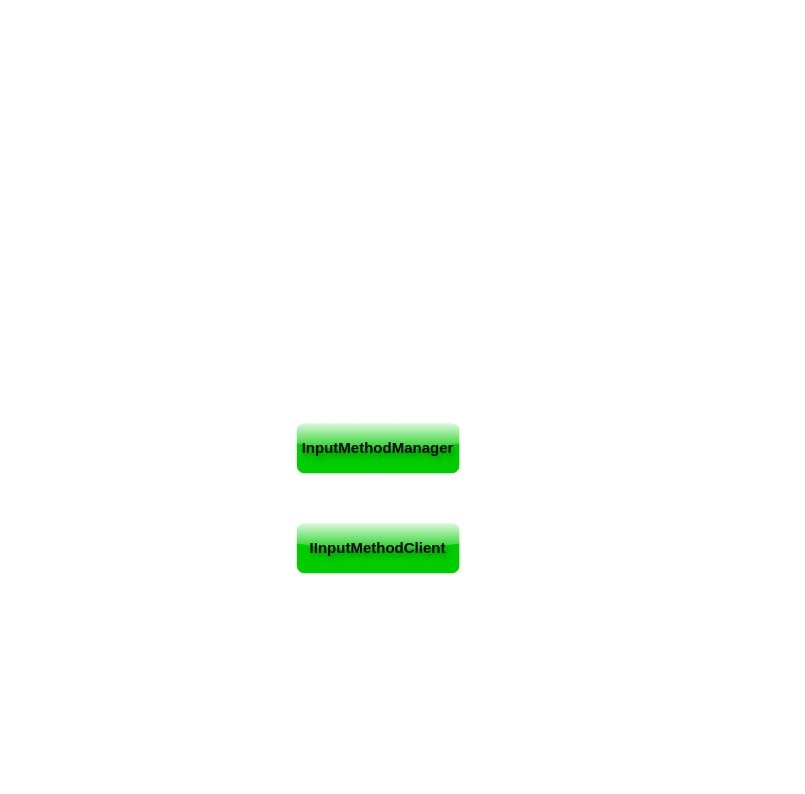
Before: page "第 1 页" (1 of 2) of assets/drawio/sw-architecture-all-in-one.drawio in Ethen-Cao/ethenslab, a draw.io diagram. Source tidied: cells renumbered, new cells numbered last; positions are measured from the earlier drawing's top-left corner, leaving out a move shared by most shapes. Both pictures are drawn from the tidied source at 125%, with x=0, y=0 at pixel (296, 422).
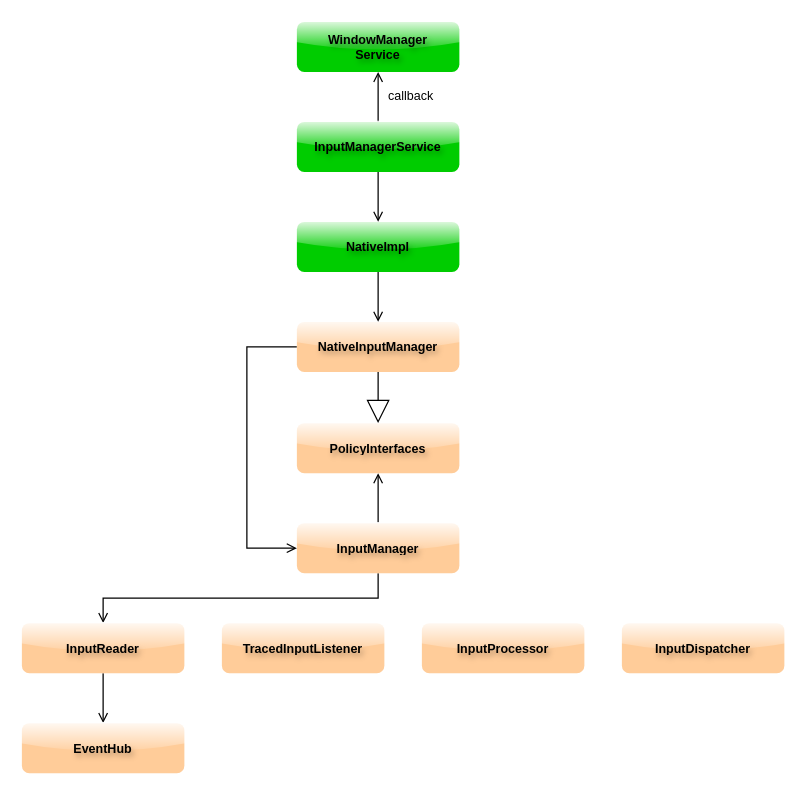
After the change.

Diff of the diagram source:
```diff
@@
+    <mxCell id="4" style="edgeStyle=orthogonalEdgeStyle;rounded=0;jettySize=auto;html=1;entryX=0.5;entryY=0;entryDx=0;entryDy=0;strokeColor=default;align=center;verticalAlign=middle;fontFamily=Helvetica;fontSize=10;fontColor=default;labelBackgroundColor=default;endArrow=open;endFill=0;" parent="1" edge="1" source="2" target="9">
+      <mxGeometry relative="1" as="geometry">
+        <Array as="points">
+          <mxPoint x="65" y="140" />
+          <mxPoint x="-155" y="140" />
+        </Array>
+      </mxGeometry>
+    </mxCell>
+    <mxCell id="5" style="edgeStyle=orthogonalEdgeStyle;shape=connector;rounded=0;jettySize=auto;html=1;entryX=0.5;entryY=1;entryDx=0;entryDy=0;strokeColor=default;align=center;verticalAlign=middle;fontFamily=Helvetica;fontSize=11;fontColor=default;labelBackgroundColor=default;endArrow=open;endFill=0;" parent="1" edge="1" source="2" target="17">
+      <mxGeometry relative="1" as="geometry" />
+    </mxCell>
-    <mxCell id="2" value="IInputMethodClient" style="rounded=1;whiteSpace=wrap;fillColor=#00CC00;fontColor=default;strokeColor=none;fontStyle=1;textShadow=1;gradientColor=none;glass=1;shadow=0;" parent="1" vertex="1">
+    <mxCell id="2" value="InputManager" style="rounded=1;whiteSpace=wrap;fillColor=#FFCC99;fontColor=default;strokeColor=none;fontStyle=1;textShadow=1;gradientColor=none;glass=1;shadow=0;fontSize=10;" parent="1" vertex="1">
       <mxGeometry y="80" width="130" height="40" as="geometry" />
     </mxCell>
-    <mxCell id="3" value="InputMethodManager" style="rounded=1;whiteSpace=wrap;fillColor=#00CC00;fontColor=default;strokeColor=none;fontStyle=1;textShadow=1;gradientColor=none;glass=1;shadow=0;" parent="1" vertex="1">
-      <mxGeometry width="130" height="40" as="geometry" />
-    </mxCell>
+    <mxCell id="6" style="edgeStyle=orthogonalEdgeStyle;shape=connector;rounded=0;jettySize=auto;html=1;strokeColor=default;align=center;verticalAlign=middle;fontFamily=Helvetica;fontSize=11;fontColor=default;labelBackgroundColor=default;endArrow=open;endFill=0;" parent="1" edge="1" source="7" target="2">
+      <mxGeometry relative="1" as="geometry">
+        <Array as="points">
+          <mxPoint x="-40" y="-61" />
+          <mxPoint x="-40" y="100" />
+        </Array>
+      </mxGeometry>
+    </mxCell>
+    <mxCell id="7" value="NativeInputManager" style="rounded=1;whiteSpace=wrap;fillColor=#FFCC99;fontColor=default;strokeColor=none;fontStyle=1;textShadow=1;gradientColor=none;glass=1;shadow=0;fontSize=10;" parent="1" vertex="1">
+      <mxGeometry y="-81" width="130" height="40" as="geometry" />
+    </mxCell>
+    <mxCell id="8" style="edgeStyle=orthogonalEdgeStyle;shape=connector;rounded=0;jettySize=auto;html=1;entryX=0.5;entryY=0;entryDx=0;entryDy=0;strokeColor=default;align=center;verticalAlign=middle;fontFamily=Helvetica;fontSize=11;fontColor=default;labelBackgroundColor=default;endArrow=open;endFill=0;" parent="1" edge="1" source="9" target="19">
+      <mxGeometry relative="1" as="geometry" />
+    </mxCell>
+    <mxCell id="9" value="InputReader" style="rounded=1;whiteSpace=wrap;fillColor=#FFCC99;fontColor=default;strokeColor=none;fontStyle=1;textShadow=1;gradientColor=none;glass=1;shadow=0;fontSize=10;" parent="1" vertex="1">
+      <mxGeometry x="-220" y="160" width="130" height="40" as="geometry" />
+    </mxCell>
+    <mxCell id="10" style="edgeStyle=orthogonalEdgeStyle;rounded=0;jettySize=auto;html=1;entryX=0.5;entryY=0;entryDx=0;entryDy=0;endArrow=open;endFill=0;fontSize=10;" parent="1" edge="1" source="11" target="7">
+      <mxGeometry relative="1" as="geometry" />
+    </mxCell>
+    <mxCell id="11" value="NativeImpl" style="rounded=1;whiteSpace=wrap;fillColor=#00CC00;fontColor=default;strokeColor=none;fontStyle=1;textShadow=1;gradientColor=none;glass=1;shadow=0;fontSize=10;" parent="1" vertex="1">
+      <mxGeometry y="-161" width="130" height="40" as="geometry" />
+    </mxCell>
+    <mxCell id="12" style="edgeStyle=orthogonalEdgeStyle;shape=connector;rounded=0;jettySize=auto;html=1;entryX=0.5;entryY=1;entryDx=0;entryDy=0;strokeColor=default;align=center;verticalAlign=middle;fontFamily=Helvetica;fontSize=10;fontColor=default;labelBackgroundColor=default;endArrow=open;endFill=0;" parent="1" edge="1" source="15" target="16">
+      <mxGeometry relative="1" as="geometry" />
+    </mxCell>
+    <mxCell id="13" value="callback" style="edgeLabel;html=1;align=center;verticalAlign=middle;fontFamily=Helvetica;fontSize=10;fontColor=default;labelBackgroundColor=none;" parent="12" vertex="1">
+      <mxGeometry x="0.11" relative="1" as="geometry">
+        <mxPoint x="25" as="offset" />
+      </mxGeometry>
+    </mxCell>
+    <mxCell id="14" style="edgeStyle=orthogonalEdgeStyle;shape=connector;rounded=0;jettySize=auto;html=1;strokeColor=default;align=center;verticalAlign=middle;fontFamily=Helvetica;fontSize=10;fontColor=default;labelBackgroundColor=default;endArrow=open;endFill=0;" parent="1" edge="1" source="15" target="11">
+      <mxGeometry relative="1" as="geometry" />
+    </mxCell>
+    <mxCell id="15" value="InputManagerService" style="rounded=1;whiteSpace=wrap;fillColor=#00CC00;fontColor=default;strokeColor=none;fontStyle=1;textShadow=1;gradientColor=none;glass=1;shadow=0;fontSize=10;" parent="1" vertex="1">
+      <mxGeometry y="-241" width="130" height="40" as="geometry" />
+    </mxCell>
+    <mxCell id="16" value="WindowManager&#10;Service" style="rounded=1;whiteSpace=wrap;fillColor=#00CC00;fontColor=default;strokeColor=none;fontStyle=1;textShadow=1;gradientColor=none;glass=1;shadow=0;fontSize=10;" parent="1" vertex="1">
+      <mxGeometry y="-321" width="130" height="40" as="geometry" />
+    </mxCell>
+    <mxCell id="17" value="PolicyInterfaces" style="rounded=1;whiteSpace=wrap;fillColor=#FFCC99;fontColor=default;strokeColor=none;fontStyle=1;textShadow=1;gradientColor=none;glass=1;shadow=0;fontSize=10;" parent="1" vertex="1">
+      <mxGeometry width="130" height="40" as="geometry" />
+    </mxCell>
+    <mxCell id="18" style="endArrow=block;endSize=16;endFill=0;html=1;rounded=0;strokeColor=default;align=center;verticalAlign=middle;fontFamily=Helvetica;fontSize=11;fontColor=default;labelBackgroundColor=default;edgeStyle=orthogonalEdgeStyle;exitX=0.5;exitY=1;exitDx=0;exitDy=0;" parent="1" edge="1" source="7" target="17">
+      <mxGeometry relative="1" as="geometry" />
+    </mxCell>
+    <mxCell id="19" value="EventHub" style="rounded=1;whiteSpace=wrap;fillColor=#FFCC99;fontColor=default;strokeColor=none;fontStyle=1;textShadow=1;gradientColor=none;glass=1;shadow=0;fontSize=10;" parent="1" vertex="1">
+      <mxGeometry x="-220" y="240" width="130" height="40" as="geometry" />
+    </mxCell>
+    <mxCell id="20" value="InputProcessor" style="rounded=1;whiteSpace=wrap;fillColor=#FFCC99;fontColor=default;strokeColor=none;fontStyle=1;textShadow=1;gradientColor=none;glass=1;shadow=0;fontSize=10;" parent="1" vertex="1">
+      <mxGeometry x="100" y="160" width="130" height="40" as="geometry" />
+    </mxCell>
+    <mxCell id="21" value="InputDispatcher" style="rounded=1;whiteSpace=wrap;fillColor=#FFCC99;fontColor=default;strokeColor=none;fontStyle=1;textShadow=1;gradientColor=none;glass=1;shadow=0;fontSize=10;" parent="1" vertex="1">
+      <mxGeometry x="260" y="160" width="130" height="40" as="geometry" />
+    </mxCell>
+    <mxCell id="22" value="TracedInputListener" style="rounded=1;whiteSpace=wrap;fillColor=#FFCC99;fontColor=default;strokeColor=none;fontStyle=1;textShadow=1;gradientColor=none;glass=1;shadow=0;fontSize=10;" parent="1" vertex="1">
+      <mxGeometry x="-60" y="160" width="130" height="40" as="geometry" />
+    </mxCell>
```
